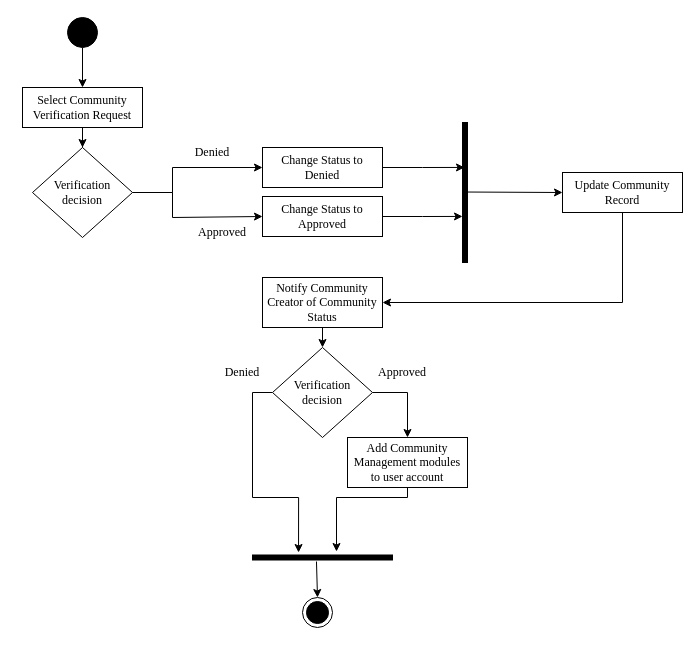
This is page "CommunityVerification" (5 of 13) of ConnexUs_Chap3.drawio from gvillanueva01/ConnexUs_diagrams, a draw.io file, before an edit. Source tidied: cells renumbered, new cells numbered last; positions are measured from the earlier drawing's top-left corner, leaving out a move shared by most shapes. Both pictures are drawn from the tidied source at 100%, with x=0, y=0 at pixel (22, 17).
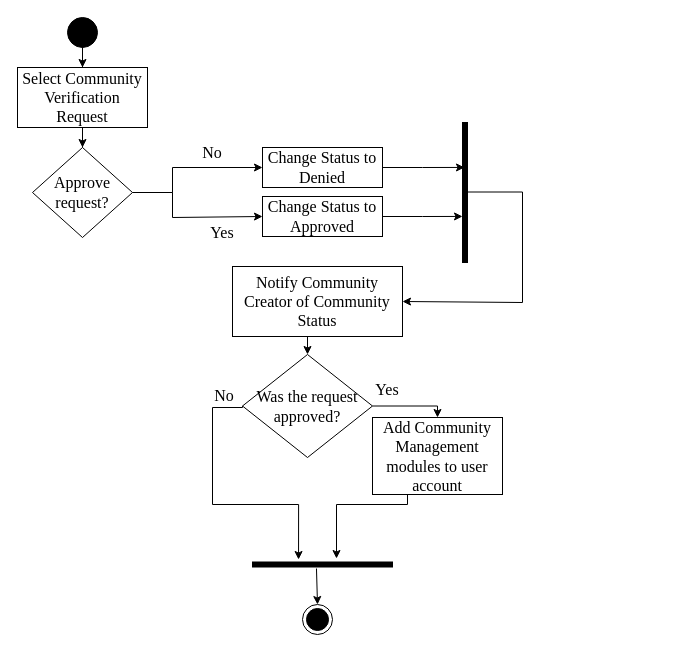
The same page after the edit.

What changed in the source:
```diff
@@
-    <mxCell id="2" style="edgeStyle=orthogonalEdgeStyle;rounded=0;jettySize=auto;html=1;entryX=0.5;entryY=0;entryDx=0;entryDy=0;" parent="1" edge="1" source="3" target="5">
+    <mxCell id="2" style="edgeStyle=orthogonalEdgeStyle;rounded=0;jettySize=auto;html=1;entryX=0.5;entryY=0;entryDx=0;entryDy=0;fontSize=16;" parent="1" edge="1" source="3" target="5">
       <mxGeometry relative="1" as="geometry" />
     </mxCell>
-    <mxCell id="3" style="ellipse;fillColor=strokeColor;html=1;" parent="1" vertex="1">
+    <mxCell id="3" style="ellipse;fillColor=strokeColor;html=1;fontSize=16;" parent="1" vertex="1">
       <mxGeometry x="45" width="30" height="30" as="geometry" />
     </mxCell>
-    <mxCell id="4" style="edgeStyle=orthogonalEdgeStyle;rounded=0;jettySize=auto;html=1;entryX=0.5;entryY=0;entryDx=0;entryDy=0;" parent="1" edge="1" source="5" target="8">
+    <mxCell id="4" style="edgeStyle=orthogonalEdgeStyle;rounded=0;jettySize=auto;html=1;entryX=0.5;entryY=0;entryDx=0;entryDy=0;fontSize=16;" parent="1" edge="1" source="5" target="8">
       <mxGeometry relative="1" as="geometry" />
     </mxCell>
-    <mxCell id="5" value="Select Community Verification Request" style="rounded=0;whiteSpace=wrap;html=1;fontFamily=Times New Roman;" parent="1" vertex="1">
-      <mxGeometry y="70" width="120" height="40" as="geometry" />
+    <mxCell id="5" value="Select Community Verification Request" style="rounded=0;whiteSpace=wrap;html=1;fontFamily=Times New Roman;fontSize=16;" parent="1" vertex="1">
+      <mxGeometry x="-5" y="50" width="130" height="60" as="geometry" />
     </mxCell>
-    <mxCell id="6" style="edgeStyle=orthogonalEdgeStyle;rounded=0;jettySize=auto;html=1;entryX=0;entryY=0.5;entryDx=0;entryDy=0;" parent="1" edge="1" source="8" target="12">
+    <mxCell id="6" style="edgeStyle=orthogonalEdgeStyle;rounded=0;jettySize=auto;html=1;entryX=0;entryY=0.5;entryDx=0;entryDy=0;fontSize=16;" parent="1" edge="1" source="8" target="12">
       <mxGeometry relative="1" as="geometry">
         <Array as="points">
           <mxPoint x="150" y="175" />
           <mxPoint x="150" y="200" />
         </Array>
       </mxGeometry>
     </mxCell>
-    <mxCell id="7" style="edgeStyle=orthogonalEdgeStyle;rounded=0;jettySize=auto;html=1;entryX=0;entryY=0.5;entryDx=0;entryDy=0;" parent="1" edge="1" source="8" target="10">
+    <mxCell id="7" style="edgeStyle=orthogonalEdgeStyle;rounded=0;jettySize=auto;html=1;entryX=0;entryY=0.5;entryDx=0;entryDy=0;fontSize=16;" parent="1" edge="1" source="8" target="10">
       <mxGeometry relative="1" as="geometry">
         <Array as="points">
           <mxPoint x="150" y="175" />
           <mxPoint x="150" y="150" />
         </Array>
       </mxGeometry>
     </mxCell>
-    <mxCell id="8" value="&lt;font face=&quot;Times New Roman&quot;&gt;Verification decision&lt;/font&gt;" style="shape=rhombus;html=1;dashed=0;whiteSpace=wrap;perimeter=rhombusPerimeter;" parent="1" vertex="1">
+    <mxCell id="8" value="&lt;font face=&quot;Times New Roman&quot; style=&quot;font-size: 16px;&quot;&gt;Approve request?&lt;/font&gt;" style="shape=rhombus;html=1;dashed=0;whiteSpace=wrap;perimeter=rhombusPerimeter;fontSize=16;" parent="1" vertex="1">
       <mxGeometry x="10" y="130" width="100" height="90" as="geometry" />
     </mxCell>
-    <mxCell id="9" style="edgeStyle=orthogonalEdgeStyle;rounded=0;jettySize=auto;html=1;entryX=0.4;entryY=0.321;entryDx=0;entryDy=0;entryPerimeter=0;" parent="1" edge="1" source="10" target="13">
+    <mxCell id="9" style="edgeStyle=orthogonalEdgeStyle;rounded=0;jettySize=auto;html=1;entryX=0.4;entryY=0.321;entryDx=0;entryDy=0;entryPerimeter=0;fontSize=16;" parent="1" edge="1" source="10" target="13">
       <mxGeometry relative="1" as="geometry" />
     </mxCell>
-    <mxCell id="10" value="Change Status to Denied" style="rounded=0;whiteSpace=wrap;html=1;fontFamily=Times New Roman;" parent="1" vertex="1">
+    <mxCell id="10" value="Change Status to Denied" style="rounded=0;whiteSpace=wrap;html=1;fontFamily=Times New Roman;fontSize=16;" parent="1" vertex="1">
       <mxGeometry x="240" y="130" width="120" height="40" as="geometry" />
     </mxCell>
-    <mxCell id="11" style="edgeStyle=orthogonalEdgeStyle;rounded=0;jettySize=auto;html=1;entryX=0;entryY=0.671;entryDx=0;entryDy=0;entryPerimeter=0;" parent="1" edge="1" source="12" target="13">
+    <mxCell id="11" style="edgeStyle=orthogonalEdgeStyle;rounded=0;jettySize=auto;html=1;entryX=0;entryY=0.671;entryDx=0;entryDy=0;entryPerimeter=0;fontSize=16;" parent="1" edge="1" source="12" target="13">
       <mxGeometry relative="1" as="geometry" />
     </mxCell>
-    <mxCell id="12" value="Change Status to Approved" style="rounded=0;whiteSpace=wrap;html=1;fontFamily=Times New Roman;" parent="1" vertex="1">
+    <mxCell id="12" value="Change Status to Approved" style="rounded=0;whiteSpace=wrap;html=1;fontFamily=Times New Roman;fontSize=16;" parent="1" vertex="1">
       <mxGeometry x="240" y="179" width="120" height="40" as="geometry" />
     </mxCell>
-    <mxCell id="13" style="html=1;points=[];perimeter=orthogonalPerimeter;fillColor=strokeColor;" parent="1" vertex="1">
+    <mxCell id="13" style="html=1;points=[];perimeter=orthogonalPerimeter;fillColor=strokeColor;fontSize=16;" parent="1" vertex="1">
       <mxGeometry x="440" y="105" width="5" height="140" as="geometry" />
     </mxCell>
-    <mxCell id="14" style="edgeStyle=orthogonalEdgeStyle;rounded=0;jettySize=auto;html=1;entryX=1;entryY=0.5;entryDx=0;entryDy=0;" parent="1" edge="1" source="15" target="21">
-      <mxGeometry relative="1" as="geometry">
-        <Array as="points">
-          <mxPoint x="600" y="285" />
-        </Array>
-      </mxGeometry>
-    </mxCell>
-    <mxCell id="15" value="Update Community Record" style="rounded=0;whiteSpace=wrap;html=1;fontFamily=Times New Roman;" parent="1" vertex="1">
-      <mxGeometry x="540" y="155" width="120" height="40" as="geometry" />
-    </mxCell>
-    <mxCell id="16" style="edgeStyle=orthogonalEdgeStyle;rounded=0;jettySize=auto;html=1;entryX=0;entryY=0.5;entryDx=0;entryDy=0;" parent="1" edge="1" target="15">
+    <mxCell id="16" style="edgeStyle=orthogonalEdgeStyle;rounded=0;jettySize=auto;html=1;entryX=1;entryY=0.5;entryDx=0;entryDy=0;fontSize=16;" parent="1" edge="1" target="21">
       <mxGeometry relative="1" as="geometry">
         <mxPoint x="440" y="174.5" as="sourcePoint" />
+        <Array as="points">
+          <mxPoint x="500" y="175" />
+          <mxPoint x="500" y="285" />
+        </Array>
       </mxGeometry>
     </mxCell>
-    <mxCell id="17" style="ellipse;html=1;shape=endState;fillColor=strokeColor;" parent="1" vertex="1">
-      <mxGeometry x="280" y="580" width="30" height="30" as="geometry" />
+    <mxCell id="17" style="ellipse;html=1;shape=endState;fillColor=strokeColor;fontSize=16;" parent="1" vertex="1">
+      <mxGeometry x="280" y="587" width="30" height="30" as="geometry" />
     </mxCell>
-    <mxCell id="18" value="Denied" style="text;html=1;strokeColor=none;fillColor=none;align=center;verticalAlign=middle;whiteSpace=wrap;rounded=0;fontFamily=Times New Roman;" parent="1" vertex="1">
+    <mxCell id="18" value="No" style="text;html=1;strokeColor=none;fillColor=none;align=center;verticalAlign=middle;whiteSpace=wrap;rounded=0;fontFamily=Times New Roman;fontSize=16;" parent="1" vertex="1">
       <mxGeometry x="160" y="120" width="60" height="30" as="geometry" />
     </mxCell>
-    <mxCell id="19" value="Approved" style="text;html=1;strokeColor=none;fillColor=none;align=center;verticalAlign=middle;whiteSpace=wrap;rounded=0;fontFamily=Times New Roman;" parent="1" vertex="1">
+    <mxCell id="19" value="Yes" style="text;html=1;strokeColor=none;fillColor=none;align=center;verticalAlign=middle;whiteSpace=wrap;rounded=0;fontFamily=Times New Roman;fontSize=16;" parent="1" vertex="1">
       <mxGeometry x="170" y="200" width="60" height="30" as="geometry" />
     </mxCell>
-    <mxCell id="20" style="edgeStyle=orthogonalEdgeStyle;rounded=0;jettySize=auto;html=1;exitX=0.5;exitY=1;exitDx=0;exitDy=0;entryX=0.5;entryY=0;entryDx=0;entryDy=0;" parent="1" edge="1" source="21" target="24">
+    <mxCell id="20" style="edgeStyle=orthogonalEdgeStyle;rounded=0;jettySize=auto;html=1;exitX=0.5;exitY=1;exitDx=0;exitDy=0;entryX=0.5;entryY=0;entryDx=0;entryDy=0;fontSize=16;" parent="1" edge="1" source="21" target="24">
       <mxGeometry relative="1" as="geometry" />
     </mxCell>
-    <mxCell id="21" value="Notify Community Creator of Community Status" style="rounded=0;whiteSpace=wrap;html=1;fontFamily=Times New Roman;" parent="1" vertex="1">
-      <mxGeometry x="240" y="260" width="120" height="50" as="geometry" />
+    <mxCell id="21" value="Notify Community Creator of Community Status" style="rounded=0;whiteSpace=wrap;html=1;fontFamily=Times New Roman;fontSize=16;" parent="1" vertex="1">
+      <mxGeometry x="210" y="249" width="170" height="70" as="geometry" />
     </mxCell>
-    <mxCell id="22" style="edgeStyle=orthogonalEdgeStyle;rounded=0;jettySize=auto;html=1;exitX=1;exitY=0.5;exitDx=0;exitDy=0;entryX=0.5;entryY=0;entryDx=0;entryDy=0;" parent="1" edge="1" source="24" target="28">
-      <mxGeometry relative="1" as="geometry" />
+    <mxCell id="22" style="edgeStyle=orthogonalEdgeStyle;rounded=0;jettySize=auto;html=1;exitX=1;exitY=0.5;exitDx=0;exitDy=0;entryX=0.5;entryY=0;entryDx=0;entryDy=0;fontSize=16;" parent="1" edge="1" source="24" target="28">
+      <mxGeometry relative="1" as="geometry">
+        <Array as="points">
+          <mxPoint x="415" y="389" />
+        </Array>
+      </mxGeometry>
     </mxCell>
-    <mxCell id="23" style="edgeStyle=orthogonalEdgeStyle;rounded=0;jettySize=auto;html=1;exitX=0;exitY=0.5;exitDx=0;exitDy=0;entryX=-0.5;entryY=0.671;entryDx=0;entryDy=0;entryPerimeter=0;" parent="1" edge="1" source="24" target="29">
+    <mxCell id="23" style="edgeStyle=orthogonalEdgeStyle;rounded=0;jettySize=auto;html=1;exitX=0;exitY=0.5;exitDx=0;exitDy=0;entryX=-0.5;entryY=0.671;entryDx=0;entryDy=0;entryPerimeter=0;fontSize=16;" parent="1" edge="1" source="24" target="29">
       <mxGeometry relative="1" as="geometry">
         <Array as="points">
-          <mxPoint x="230" y="375" />
-          <mxPoint x="230" y="480" />
-          <mxPoint x="276" y="480" />
+          <mxPoint x="220" y="390" />
+          <mxPoint x="190" y="390" />
+          <mxPoint x="190" y="487" />
+          <mxPoint x="276" y="487" />
         </Array>
       </mxGeometry>
     </mxCell>
-    <mxCell id="24" value="&lt;font face=&quot;Times New Roman&quot;&gt;Verification decision&lt;/font&gt;" style="shape=rhombus;html=1;dashed=0;whiteSpace=wrap;perimeter=rhombusPerimeter;" parent="1" vertex="1">
-      <mxGeometry x="250" y="330" width="100" height="90" as="geometry" />
+    <mxCell id="24" value="&lt;font face=&quot;Times New Roman&quot; style=&quot;font-size: 16px;&quot;&gt;Was the request approved?&lt;/font&gt;" style="shape=rhombus;html=1;dashed=0;whiteSpace=wrap;perimeter=rhombusPerimeter;fontSize=16;" parent="1" vertex="1">
+      <mxGeometry x="220" y="337" width="130" height="103" as="geometry" />
     </mxCell>
-    <mxCell id="25" value="Approved" style="text;html=1;strokeColor=none;fillColor=none;align=center;verticalAlign=middle;whiteSpace=wrap;rounded=0;fontFamily=Times New Roman;" parent="1" vertex="1">
-      <mxGeometry x="350" y="340" width="60" height="30" as="geometry" />
+    <mxCell id="25" value="Yes" style="text;html=1;strokeColor=none;fillColor=none;align=center;verticalAlign=middle;whiteSpace=wrap;rounded=0;fontFamily=Times New Roman;fontSize=16;" parent="1" vertex="1">
+      <mxGeometry x="335" y="357" width="60" height="30" as="geometry" />
     </mxCell>
-    <mxCell id="26" value="Denied" style="text;html=1;strokeColor=none;fillColor=none;align=center;verticalAlign=middle;whiteSpace=wrap;rounded=0;fontFamily=Times New Roman;" parent="1" vertex="1">
-      <mxGeometry x="190" y="340" width="60" height="30" as="geometry" />
+    <mxCell id="26" value="No" style="text;html=1;strokeColor=none;fillColor=none;align=center;verticalAlign=middle;whiteSpace=wrap;rounded=0;fontFamily=Times New Roman;fontSize=16;" parent="1" vertex="1">
+      <mxGeometry x="172" y="363" width="60" height="30" as="geometry" />
     </mxCell>
-    <mxCell id="27" style="edgeStyle=orthogonalEdgeStyle;rounded=0;jettySize=auto;html=1;exitX=0.5;exitY=1;exitDx=0;exitDy=0;entryX=-0.7;entryY=0.4;entryDx=0;entryDy=0;entryPerimeter=0;" parent="1" edge="1" source="28" target="29">
+    <mxCell id="27" style="edgeStyle=orthogonalEdgeStyle;rounded=0;jettySize=auto;html=1;exitX=0.5;exitY=1;exitDx=0;exitDy=0;entryX=-0.7;entryY=0.4;entryDx=0;entryDy=0;entryPerimeter=0;fontSize=16;" parent="1" edge="1" source="28" target="29">
       <mxGeometry relative="1" as="geometry">
         <Array as="points">
-          <mxPoint x="385" y="480" />
-          <mxPoint x="314" y="480" />
+          <mxPoint x="385" y="487" />
+          <mxPoint x="314" y="487" />
         </Array>
       </mxGeometry>
     </mxCell>
-    <mxCell id="28" value="Add Community Management modules to user account" style="rounded=0;whiteSpace=wrap;html=1;fontFamily=Times New Roman;" parent="1" vertex="1">
-      <mxGeometry x="325" y="420" width="120" height="50" as="geometry" />
+    <mxCell id="28" value="Add Community Management modules to user account" style="rounded=0;whiteSpace=wrap;html=1;fontFamily=Times New Roman;fontSize=16;" parent="1" vertex="1">
+      <mxGeometry x="350" y="400" width="130" height="77" as="geometry" />
     </mxCell>
-    <mxCell id="29" style="html=1;points=[];perimeter=orthogonalPerimeter;fillColor=strokeColor;rotation=90;" parent="1" vertex="1">
-      <mxGeometry x="297.5" y="470" width="5" height="140" as="geometry" />
+    <mxCell id="29" style="html=1;points=[];perimeter=orthogonalPerimeter;fillColor=strokeColor;rotation=90;fontSize=16;" parent="1" vertex="1">
+      <mxGeometry x="297.5" y="477" width="5" height="140" as="geometry" />
     </mxCell>
-    <mxCell id="30" style="endArrow=classic;html=1;rounded=0;exitX=1.3;exitY=0.543;exitDx=0;exitDy=0;exitPerimeter=0;entryX=0.5;entryY=0;entryDx=0;entryDy=0;" parent="1" edge="1" source="29" target="17">
+    <mxCell id="30" style="endArrow=classic;html=1;rounded=0;exitX=1.3;exitY=0.543;exitDx=0;exitDy=0;exitPerimeter=0;entryX=0.5;entryY=0;entryDx=0;entryDy=0;fontSize=16;" parent="1" edge="1" source="29" target="17">
       <mxGeometry relative="1" as="geometry" />
     </mxCell>
```
